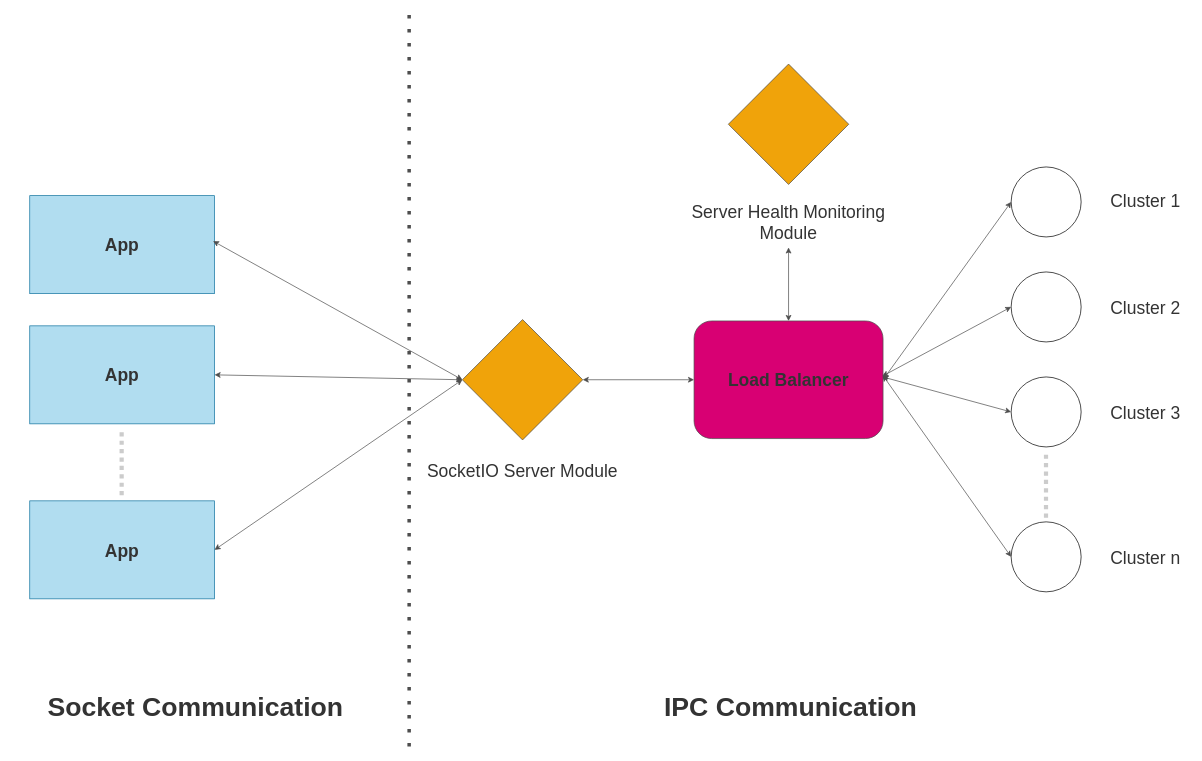
The draw.io diagram Scheme/scheme.drawio in vanja032/Load_Balancer, before the edit. Source tidied: cells renumbered, new cells numbered last; positions are measured from the earlier drawing's top-left corner, leaving out a move shared by most shapes. Both pictures are drawn from the tidied source at 70%, with x=0, y=0 at pixel (12, 13).
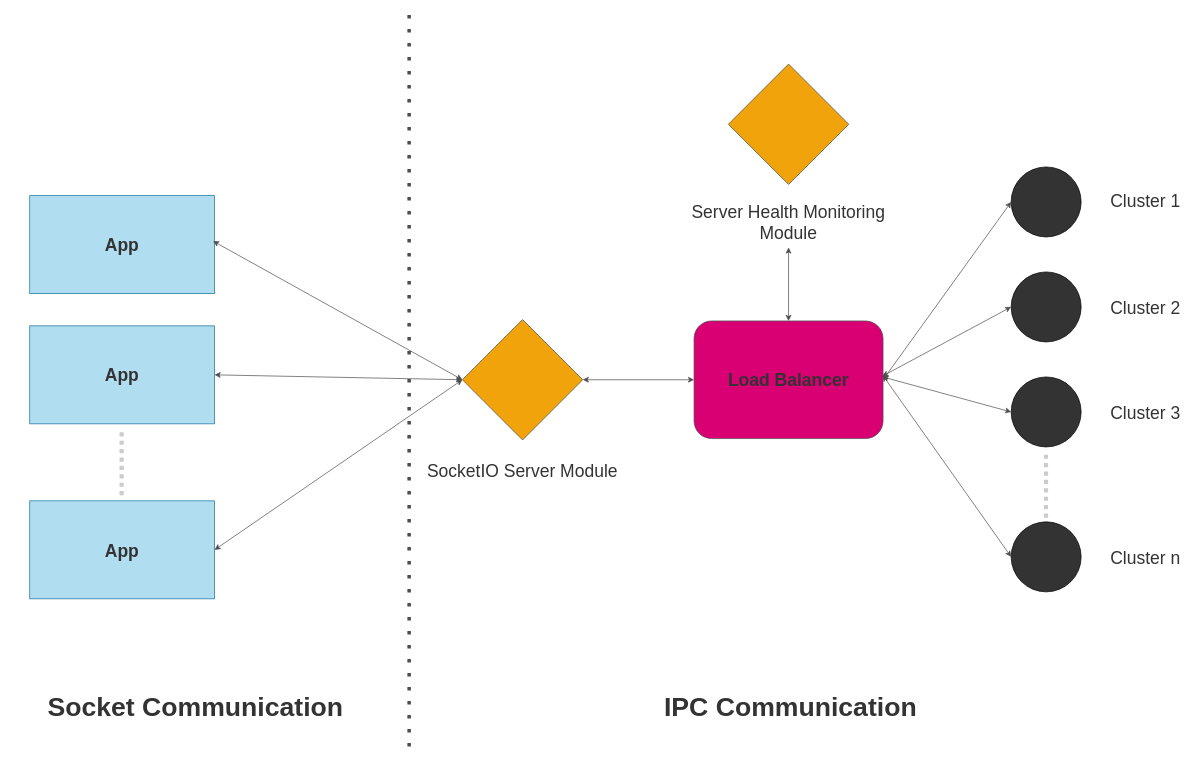
Above is the later version.

Commit message (it also covers changes not shown here):
Load Balancer Scheme

Diff of the diagram source:
```diff
@@
-    <mxCell id="7" style="ellipse;whiteSpace=wrap;html=1;fontSize=25;fontColor=#333333;" parent="1" vertex="1">
+    <mxCell id="7" style="ellipse;whiteSpace=wrap;html=1;fontSize=25;fontColor=#333333;fillColor=#333333;" parent="1" vertex="1">
       <mxGeometry x="1427" y="219" width="100" height="100" as="geometry" />
     </mxCell>
-    <mxCell id="8" style="ellipse;whiteSpace=wrap;html=1;fontSize=25;fontColor=#333333;" parent="1" vertex="1">
+    <mxCell id="8" style="ellipse;whiteSpace=wrap;html=1;fontSize=25;fontColor=#333333;fillColor=#333333;" parent="1" vertex="1">
       <mxGeometry x="1427" y="369" width="100" height="100" as="geometry" />
     </mxCell>
-    <mxCell id="9" style="ellipse;whiteSpace=wrap;html=1;fontSize=25;fontColor=#333333;" parent="1" vertex="1">
+    <mxCell id="9" style="ellipse;whiteSpace=wrap;html=1;fontSize=25;fontColor=#333333;fillColor=#333333;" parent="1" vertex="1">
       <mxGeometry x="1427" y="519" width="100" height="100" as="geometry" />
     </mxCell>
-    <mxCell id="10" style="ellipse;whiteSpace=wrap;html=1;fontSize=25;fontColor=#333333;" parent="1" vertex="1">
+    <mxCell id="10" style="ellipse;whiteSpace=wrap;html=1;fontSize=25;fontColor=#333333;fillColor=#333333;" parent="1" vertex="1">
       <mxGeometry x="1427" y="726" width="100" height="100" as="geometry" />
     </mxCell>
```
